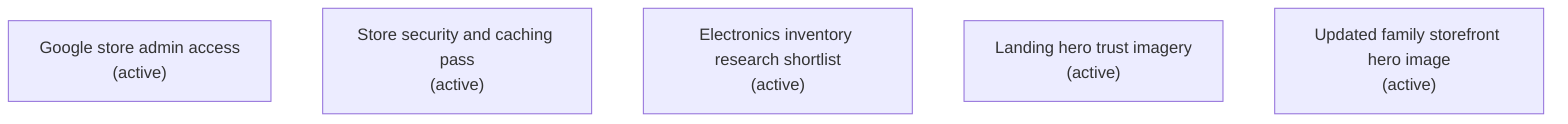
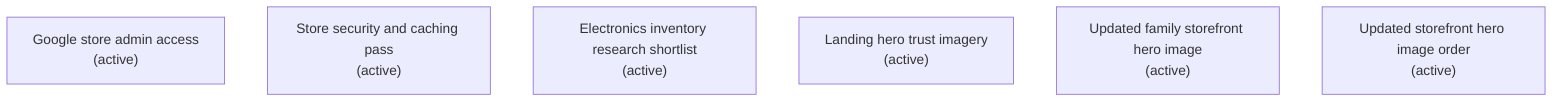
flowchart TB
  work-001["Google store admin access\n(active)"]
  work-002["Store security and caching pass\n(active)"]
  work-003["Electronics inventory research shortlist\n(active)"]
  work-004["Landing hero trust imagery\n(active)"]
  work-005["Updated family storefront hero image\n(active)"]
+   work-006["Updated storefront hero image order\n(active)"]
